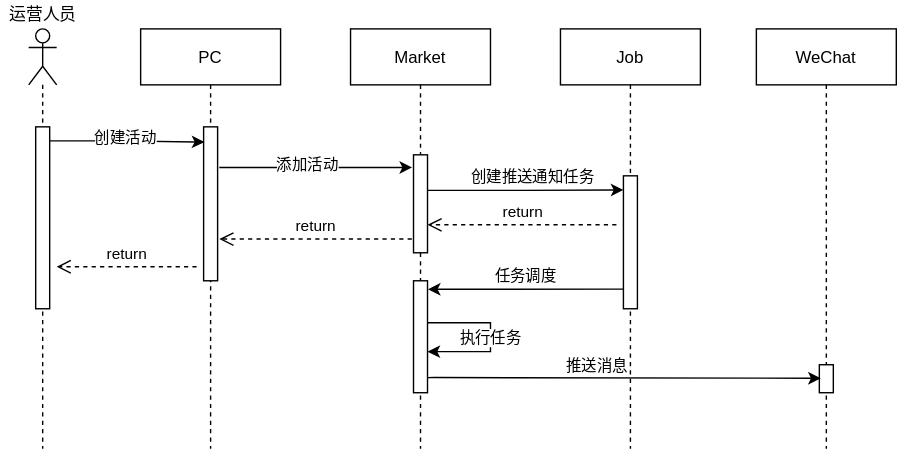
jingwux/diagrams keeps this draw.io diagram as Fission Activity.svg. Above is the earlier version. Source tidied: cells renumbered, new cells last; positions are measured from the earlier drawing's top-left corner, leaving out a move shared by most shapes. The source it was exported from:
```xml
<mxGraphModel>
  <root>
    <mxCell id="0" />
    <mxCell id="1" parent="0" />
    <mxCell id="2" style="edgeStyle=orthogonalEdgeStyle;rounded=0;jettySize=auto;html=1;exitX=1.124;exitY=0.264;exitDx=0;exitDy=0;exitPerimeter=0;" parent="1" edge="1" source="5">
      <mxGeometry relative="1" as="geometry">
        <mxPoint x="294" y="119" as="targetPoint" />
      </mxGeometry>
    </mxCell>
    <mxCell id="3" value="添加活动" style="edgeLabel;html=1;align=center;verticalAlign=middle;" parent="2" vertex="1">
      <mxGeometry x="-0.09" y="2" relative="1" as="geometry" />
    </mxCell>
    <mxCell id="4" value="PC" style="shape=umlLifeline;perimeter=lifelinePerimeter;rounded=0;shadow=0;strokeWidth=1;" parent="1" vertex="1">
      <mxGeometry x="100" y="20" width="100" height="300" as="geometry" />
    </mxCell>
    <mxCell id="5" style="points=[];perimeter=orthogonalPerimeter;rounded=0;shadow=0;strokeWidth=1;" parent="4" vertex="1">
      <mxGeometry x="45" y="70" width="10" height="110" as="geometry" />
    </mxCell>
    <mxCell id="6" value="Market" style="shape=umlLifeline;perimeter=lifelinePerimeter;rounded=0;shadow=0;strokeWidth=1;" parent="1" vertex="1">
      <mxGeometry x="250" y="20" width="100" height="300" as="geometry" />
    </mxCell>
    <mxCell id="7" style="points=[];perimeter=orthogonalPerimeter;rounded=0;shadow=0;strokeWidth=1;" parent="6" vertex="1">
      <mxGeometry x="45" y="90" width="10" height="70" as="geometry" />
    </mxCell>
    <mxCell id="8" style="edgeStyle=orthogonalEdgeStyle;rounded=0;orthogonalLoop=1;jettySize=auto;html=1;entryX=0.952;entryY=0.187;entryDx=0;entryDy=0;entryPerimeter=0;startArrow=classic;startFill=1;endArrow=none;endFill=0;exitX=1;exitY=0.633;exitDx=0;exitDy=0;exitPerimeter=0;" parent="6" edge="1" source="10" target="10">
      <mxGeometry relative="1" as="geometry">
        <Array as="points">
          <mxPoint x="100" y="231" />
          <mxPoint x="100" y="210" />
          <mxPoint x="55" y="210" />
        </Array>
      </mxGeometry>
    </mxCell>
    <mxCell id="9" value="执行任务" style="edgeLabel;html=1;align=center;verticalAlign=middle;" parent="8" vertex="1">
      <mxGeometry x="-0.16" y="-1" relative="1" as="geometry">
        <mxPoint x="-1" y="-2" as="offset" />
      </mxGeometry>
    </mxCell>
    <mxCell id="10" style="html=1;points=[];perimeter=orthogonalPerimeter;" parent="6" vertex="1">
      <mxGeometry x="45" y="180" width="10" height="80" as="geometry" />
    </mxCell>
    <mxCell id="11" style="edgeStyle=orthogonalEdgeStyle;rounded=0;jettySize=auto;html=1;exitX=0.917;exitY=0.089;exitDx=0;exitDy=0;exitPerimeter=0;entryX=0.056;entryY=0.099;entryDx=0;entryDy=0;entryPerimeter=0;" parent="1" edge="1" source="14" target="5">
      <mxGeometry relative="1" as="geometry">
        <Array as="points">
          <mxPoint x="85" y="100" />
          <mxPoint x="85" y="101" />
        </Array>
      </mxGeometry>
    </mxCell>
    <mxCell id="12" value="创建活动" style="edgeLabel;html=1;align=center;verticalAlign=middle;" parent="11" vertex="1">
      <mxGeometry x="-0.27" y="2" relative="1" as="geometry">
        <mxPoint x="15" as="offset" />
      </mxGeometry>
    </mxCell>
    <mxCell id="13" style="shape=umlLifeline;participant=umlActor;perimeter=lifelinePerimeter;whiteSpace=wrap;html=1;verticalAlign=top;spacingTop=36;" parent="1" vertex="1">
      <mxGeometry x="20" y="20" width="20" height="300" as="geometry" />
    </mxCell>
    <mxCell id="14" style="html=1;points=[];perimeter=orthogonalPerimeter;" parent="13" vertex="1">
      <mxGeometry x="5" y="70" width="10" height="130" as="geometry" />
    </mxCell>
    <mxCell id="15" value="Job" style="shape=umlLifeline;perimeter=lifelinePerimeter;rounded=0;shadow=0;strokeWidth=1;" parent="1" vertex="1">
      <mxGeometry x="400" y="20" width="100" height="300" as="geometry" />
    </mxCell>
    <mxCell id="16" style="points=[];perimeter=orthogonalPerimeter;rounded=0;shadow=0;strokeWidth=1;" parent="15" vertex="1">
      <mxGeometry x="45" y="105" width="10" height="95" as="geometry" />
    </mxCell>
    <mxCell id="17" style="edgeStyle=orthogonalEdgeStyle;rounded=0;jettySize=auto;html=1;entryX=0;entryY=0.106;entryDx=0;entryDy=0;entryPerimeter=0;exitX=0.96;exitY=0.363;exitDx=0;exitDy=0;exitPerimeter=0;" parent="1" edge="1" source="7" target="16">
      <mxGeometry relative="1" as="geometry" />
    </mxCell>
    <mxCell id="18" value="创建推送通知任务" style="edgeLabel;html=1;align=center;verticalAlign=middle;" parent="17" vertex="1">
      <mxGeometry x="-0.13" y="1" relative="1" as="geometry">
        <mxPoint x="14" y="-9" as="offset" />
      </mxGeometry>
    </mxCell>
    <mxCell id="19" value="任务调度" style="html=1;verticalAlign=bottom;endArrow=none;startArrow=classic;startFill=1;endFill=0;exitX=1.028;exitY=0.076;exitDx=0;exitDy=0;exitPerimeter=0;entryX=-0.028;entryY=0.852;entryDx=0;entryDy=0;entryPerimeter=0;" parent="1" edge="1" source="10" target="16">
      <mxGeometry relative="1" as="geometry" />
    </mxCell>
    <mxCell id="20" value="WeChat" style="shape=umlLifeline;perimeter=lifelinePerimeter;rounded=0;shadow=0;strokeWidth=1;" parent="1" vertex="1">
      <mxGeometry x="540" y="20" width="100" height="300" as="geometry" />
    </mxCell>
    <mxCell id="21" style="points=[];perimeter=orthogonalPerimeter;rounded=0;shadow=0;strokeWidth=1;" parent="20" vertex="1">
      <mxGeometry x="45" y="240" width="10" height="20" as="geometry" />
    </mxCell>
    <mxCell id="22" style="edgeStyle=orthogonalEdgeStyle;rounded=0;jettySize=auto;html=1;startArrow=none;startFill=0;endArrow=classic;endFill=1;entryX=0.1;entryY=0.483;entryDx=0;entryDy=0;entryPerimeter=0;exitX=1.038;exitY=0.865;exitDx=0;exitDy=0;exitPerimeter=0;" parent="1" edge="1" source="10" target="21">
      <mxGeometry relative="1" as="geometry">
        <Array as="points">
          <mxPoint x="310" y="269" />
          <mxPoint x="445" y="270" />
        </Array>
      </mxGeometry>
    </mxCell>
    <mxCell id="23" value="推送消息" style="edgeLabel;html=1;align=center;verticalAlign=middle;" parent="22" vertex="1">
      <mxGeometry x="-0.14" y="2" relative="1" as="geometry">
        <mxPoint y="-7" as="offset" />
      </mxGeometry>
    </mxCell>
    <mxCell id="24" value="return" style="html=1;verticalAlign=bottom;endArrow=open;dashed=1;endSize=8;" parent="1" edge="1">
      <mxGeometry relative="1" as="geometry">
        <mxPoint x="440" y="160" as="sourcePoint" />
        <mxPoint x="305" y="160" as="targetPoint" />
      </mxGeometry>
    </mxCell>
    <mxCell id="25" value="return" style="html=1;verticalAlign=bottom;endArrow=open;dashed=1;endSize=8;exitX=-0.12;exitY=0.86;exitDx=0;exitDy=0;exitPerimeter=0;entryX=1.124;entryY=0.729;entryDx=0;entryDy=0;entryPerimeter=0;" parent="1" edge="1" source="7" target="5">
      <mxGeometry relative="1" as="geometry" />
    </mxCell>
    <mxCell id="26" value="return" style="html=1;verticalAlign=bottom;endArrow=open;dashed=1;endSize=8;" parent="1" edge="1">
      <mxGeometry relative="1" as="geometry">
        <mxPoint x="140" y="190" as="sourcePoint" />
        <mxPoint x="40" y="190" as="targetPoint" />
      </mxGeometry>
    </mxCell>
    <mxCell id="27" value="运营人员" style="text;html=1;align=center;verticalAlign=middle;strokeColor=none;" parent="1" vertex="1">
      <mxGeometry width="60" height="20" as="geometry" />
    </mxCell>
  </root>
</mxGraphModel>
```
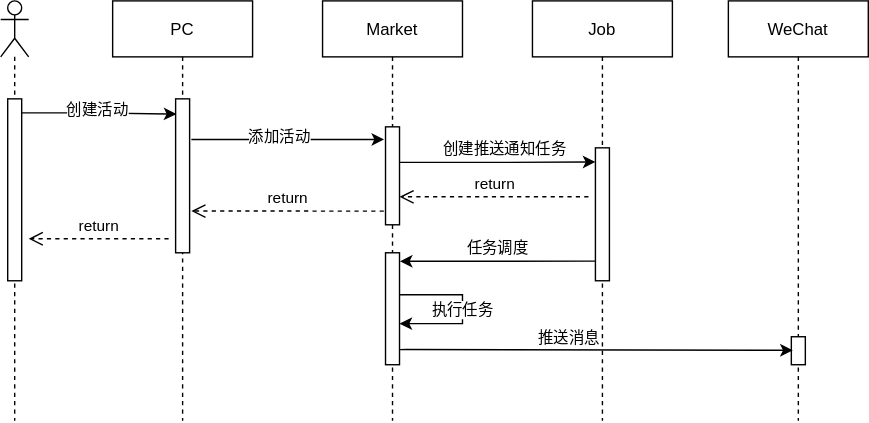
After the change.

Diff of the diagram source:
```diff
@@ -109,8 +109,5 @@
         <mxPoint x="40" y="190" as="targetPoint" />
       </mxGeometry>
     </mxCell>
-    <mxCell id="27" value="运营人员" style="text;html=1;align=center;verticalAlign=middle;strokeColor=none;" parent="1" vertex="1">
-      <mxGeometry width="60" height="20" as="geometry" />
-    </mxCell>
   </root>
 </mxGraphModel>
```
